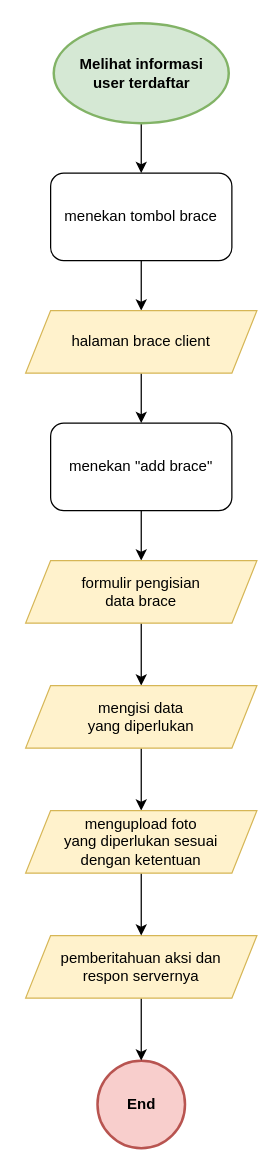
Above: diagrams/user_flow/staff_owner_input_data_produksi_brace.drawio in SynergyStudioBandung/synergy_studio_docs (draw.io), before the change. Source tidied: cells renumbered, new cells numbered last; positions are measured from the earlier drawing's top-left corner, leaving out a move shared by most shapes. Both pictures are drawn from the tidied source at 125%, with x=0, y=0 at pixel (25, 22).
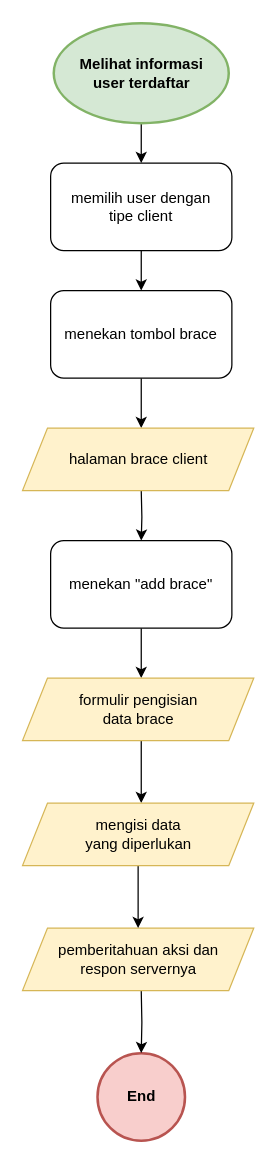
After the change.

Commit message:
update missing process "select user"

Unchanged cells that the change refers to:
```xml
<mxCell id="7" value="&lt;b&gt;Melihat informasi&lt;br&gt;user terdaftar&lt;/b&gt;" style="ellipse;whiteSpace=wrap;html=1;fillColor=#d5e8d4;strokeColor=#82b366;strokeWidth=2;" parent="1" vertex="1">
  <mxGeometry x="22.5" width="140" height="80" as="geometry" />
</mxCell>
```

Change to the diagram source:
```diff
@@
-    <mxCell id="2" style="edgeStyle=orthogonalEdgeStyle;rounded=0;jettySize=auto;html=1;" parent="1" edge="1" source="3" target="5">
-      <mxGeometry relative="1" as="geometry" />
+    <mxCell id="2" style="edgeStyle=orthogonalEdgeStyle;rounded=0;jettySize=auto;html=1;" parent="1" edge="1" source="3">
+      <mxGeometry relative="1" as="geometry">
+        <mxPoint x="92.5" y="324" as="targetPoint" />
+      </mxGeometry>
     </mxCell>
     <mxCell id="3" value="menekan tombol brace" style="rounded=1;whiteSpace=wrap;html=1;fontSize=12;glass=0;strokeWidth=1;shadow=0;" parent="1" vertex="1">
-      <mxGeometry x="20" y="120" width="145" height="70" as="geometry" />
+      <mxGeometry x="20" y="214" width="145" height="70" as="geometry" />
     </mxCell>
-    <mxCell id="4" style="edgeStyle=orthogonalEdgeStyle;rounded=0;jettySize=auto;html=1;" parent="1" edge="1" source="5" target="12">
-      <mxGeometry relative="1" as="geometry" />
+    <mxCell id="4" style="edgeStyle=orthogonalEdgeStyle;rounded=0;jettySize=auto;html=1;" parent="1" edge="1" target="12">
+      <mxGeometry relative="1" as="geometry">
+        <mxPoint x="92.5" y="374" as="sourcePoint" />
+      </mxGeometry>
     </mxCell>
     <mxCell id="5" value="halaman brace client" style="shape=parallelogram;perimeter=parallelogramPerimeter;whiteSpace=wrap;html=1;fixedSize=1;strokeWidth=1;fillColor=#fff2cc;strokeColor=#d6b656;" parent="1" vertex="1">
-      <mxGeometry y="230" width="185" height="50" as="geometry" />
+      <mxGeometry x="-2.5" y="324" width="185" height="50" as="geometry" />
     </mxCell>
-    <mxCell id="6" style="edgeStyle=orthogonalEdgeStyle;rounded=0;jettySize=auto;html=1;" parent="1" edge="1" source="7" target="3">
-      <mxGeometry relative="1" as="geometry" />
-    </mxCell>
+    <mxCell id="19" style="edgeStyle=orthogonalEdgeStyle;rounded=0;jettySize=auto;html=1;" parent="1" edge="1" source="7" target="22">
+      <mxGeometry relative="1" as="geometry" />
+    </mxCell>
@@
     <mxCell id="8" value="End" style="ellipse;whiteSpace=wrap;html=1;fillColor=#f8cecc;strokeColor=#b85450;fontStyle=1;strokeWidth=2;" parent="1" vertex="1">
-      <mxGeometry x="57.5" y="830" width="70" height="70" as="geometry" />
+      <mxGeometry x="57.5" y="824" width="70" height="70" as="geometry" />
     </mxCell>
-    <mxCell id="9" style="edgeStyle=orthogonalEdgeStyle;rounded=0;jettySize=auto;html=1;" parent="1" edge="1" source="10" target="8">
-      <mxGeometry relative="1" as="geometry" />
+    <mxCell id="9" style="edgeStyle=orthogonalEdgeStyle;rounded=0;jettySize=auto;html=1;" parent="1" edge="1" target="8">
+      <mxGeometry relative="1" as="geometry">
+        <mxPoint x="92.5" y="774" as="sourcePoint" />
+      </mxGeometry>
     </mxCell>
     <mxCell id="10" value="pemberitahuan aksi dan&lt;br&gt;respon servernya" style="shape=parallelogram;perimeter=parallelogramPerimeter;whiteSpace=wrap;html=1;fixedSize=1;strokeWidth=1;fillColor=#fff2cc;strokeColor=#d6b656;" parent="1" vertex="1">
-      <mxGeometry y="730" width="185" height="50" as="geometry" />
+      <mxGeometry x="-2.5" y="724" width="185" height="50" as="geometry" />
     </mxCell>
-    <mxCell id="11" style="edgeStyle=orthogonalEdgeStyle;rounded=0;jettySize=auto;html=1;" parent="1" edge="1" source="12" target="14">
-      <mxGeometry relative="1" as="geometry" />
+    <mxCell id="11" style="edgeStyle=orthogonalEdgeStyle;rounded=0;jettySize=auto;html=1;" parent="1" edge="1" source="12">
+      <mxGeometry relative="1" as="geometry">
+        <mxPoint x="92.5" y="524" as="targetPoint" />
+      </mxGeometry>
     </mxCell>
     <mxCell id="12" value="menekan &quot;add brace&quot;" style="rounded=1;whiteSpace=wrap;html=1;fontSize=12;glass=0;strokeWidth=1;shadow=0;" parent="1" vertex="1">
-      <mxGeometry x="20" y="320" width="145" height="70" as="geometry" />
+      <mxGeometry x="20" y="414" width="145" height="70" as="geometry" />
     </mxCell>
-    <mxCell id="13" style="edgeStyle=orthogonalEdgeStyle;rounded=0;jettySize=auto;html=1;" parent="1" edge="1" source="14" target="16">
-      <mxGeometry relative="1" as="geometry" />
+    <mxCell id="13" style="edgeStyle=orthogonalEdgeStyle;rounded=0;orthogonalLoop=1;jettySize=auto;html=1;" parent="1" edge="1">
+      <mxGeometry relative="1" as="geometry">
+        <mxPoint x="92.5" y="574" as="sourcePoint" />
+        <mxPoint x="92.5" y="624" as="targetPoint" />
+      </mxGeometry>
     </mxCell>
     <mxCell id="14" value="formulir pengisian&lt;br&gt;data brace" style="shape=parallelogram;perimeter=parallelogramPerimeter;whiteSpace=wrap;html=1;fixedSize=1;strokeWidth=1;fillColor=#fff2cc;strokeColor=#d6b656;" parent="1" vertex="1">
-      <mxGeometry y="430" width="185" height="50" as="geometry" />
+      <mxGeometry x="-2.5" y="524" width="185" height="50" as="geometry" />
     </mxCell>
-    <mxCell id="15" style="edgeStyle=orthogonalEdgeStyle;rounded=0;jettySize=auto;html=1;" parent="1" edge="1" source="16" target="18">
-      <mxGeometry relative="1" as="geometry" />
-    </mxCell>
+    <mxCell id="20" style="edgeStyle=orthogonalEdgeStyle;rounded=0;jettySize=auto;html=1;entryX=0.5;entryY=0;entryDx=0;entryDy=0;" parent="1" edge="1" source="16" target="10">
+      <mxGeometry relative="1" as="geometry" />
+    </mxCell>
     <mxCell id="16" value="mengisi data&lt;br&gt;yang diperlukan" style="shape=parallelogram;perimeter=parallelogramPerimeter;whiteSpace=wrap;html=1;fixedSize=1;strokeWidth=1;fillColor=#fff2cc;strokeColor=#d6b656;" parent="1" vertex="1">
-      <mxGeometry y="530" width="185" height="50" as="geometry" />
+      <mxGeometry x="-2.5" y="624" width="185" height="50" as="geometry" />
     </mxCell>
-    <mxCell id="17" style="edgeStyle=orthogonalEdgeStyle;rounded=0;jettySize=auto;html=1;" parent="1" edge="1" source="18" target="10">
-      <mxGeometry relative="1" as="geometry" />
-    </mxCell>
-    <mxCell id="18" value="mengupload foto&lt;br&gt;yang diperlukan sesuai&lt;br&gt;dengan ketentuan" style="shape=parallelogram;perimeter=parallelogramPerimeter;whiteSpace=wrap;html=1;fixedSize=1;strokeWidth=1;fillColor=#fff2cc;strokeColor=#d6b656;" parent="1" vertex="1">
-      <mxGeometry y="630" width="185" height="50" as="geometry" />
-    </mxCell>
+    <mxCell id="21" style="edgeStyle=orthogonalEdgeStyle;rounded=0;jettySize=auto;html=1;" parent="1" edge="1" source="22" target="3">
+      <mxGeometry relative="1" as="geometry" />
+    </mxCell>
+    <mxCell id="22" value="memilih user dengan&lt;br&gt;tipe client" style="rounded=1;whiteSpace=wrap;html=1;fontSize=12;glass=0;strokeWidth=1;shadow=0;" parent="1" vertex="1">
+      <mxGeometry x="20" y="112" width="145" height="70" as="geometry" />
+    </mxCell>
```
